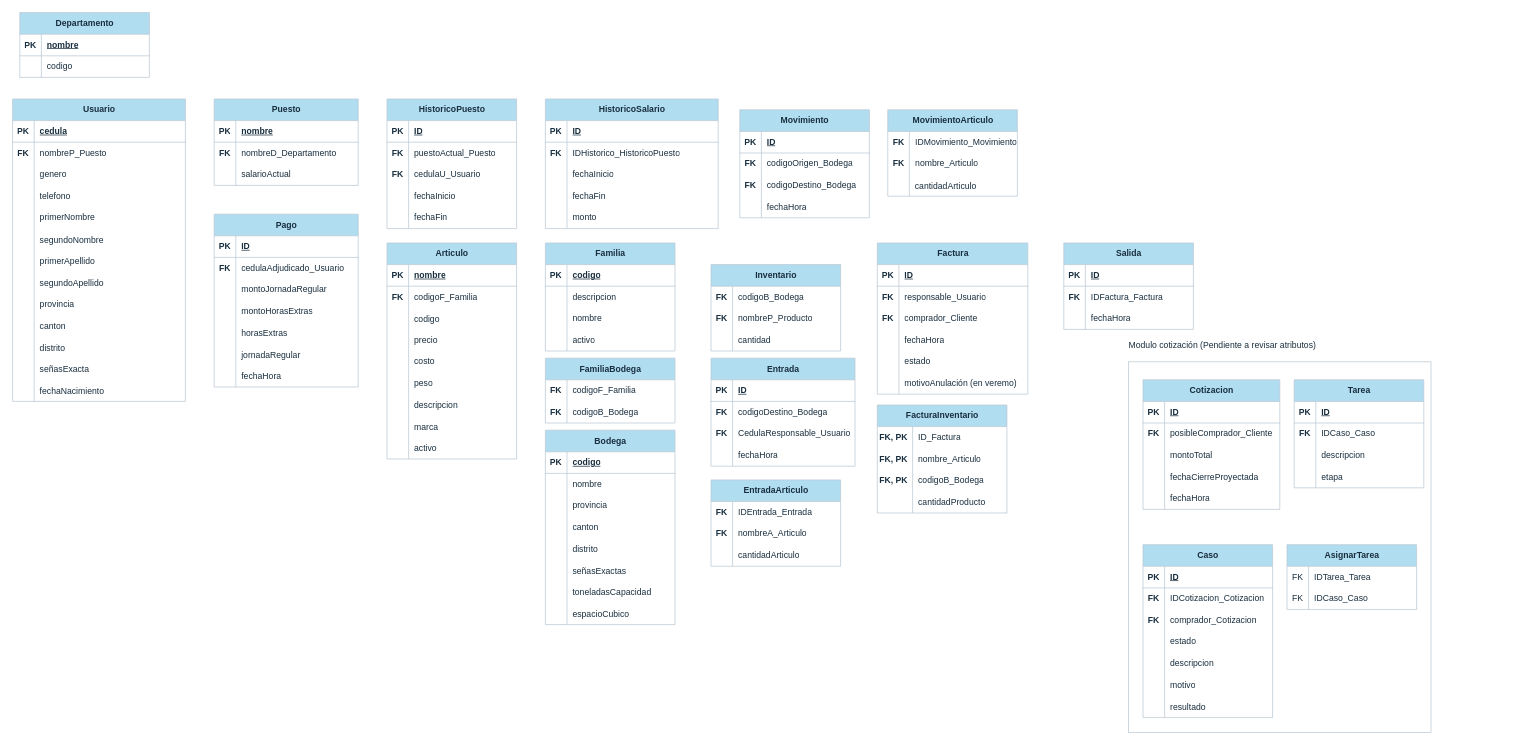
This is Diagramas/DiagramaRelacional.drawio from DylanRodriguez22/Proyecto1_Bases1, a draw.io file, before an edit. Source tidied: cells renumbered, new cells numbered last; positions are measured from the earlier drawing's top-left corner, leaving out a move shared by most shapes. Both pictures are drawn from the tidied source at 72%, with x=0, y=0 at pixel (12, 12).
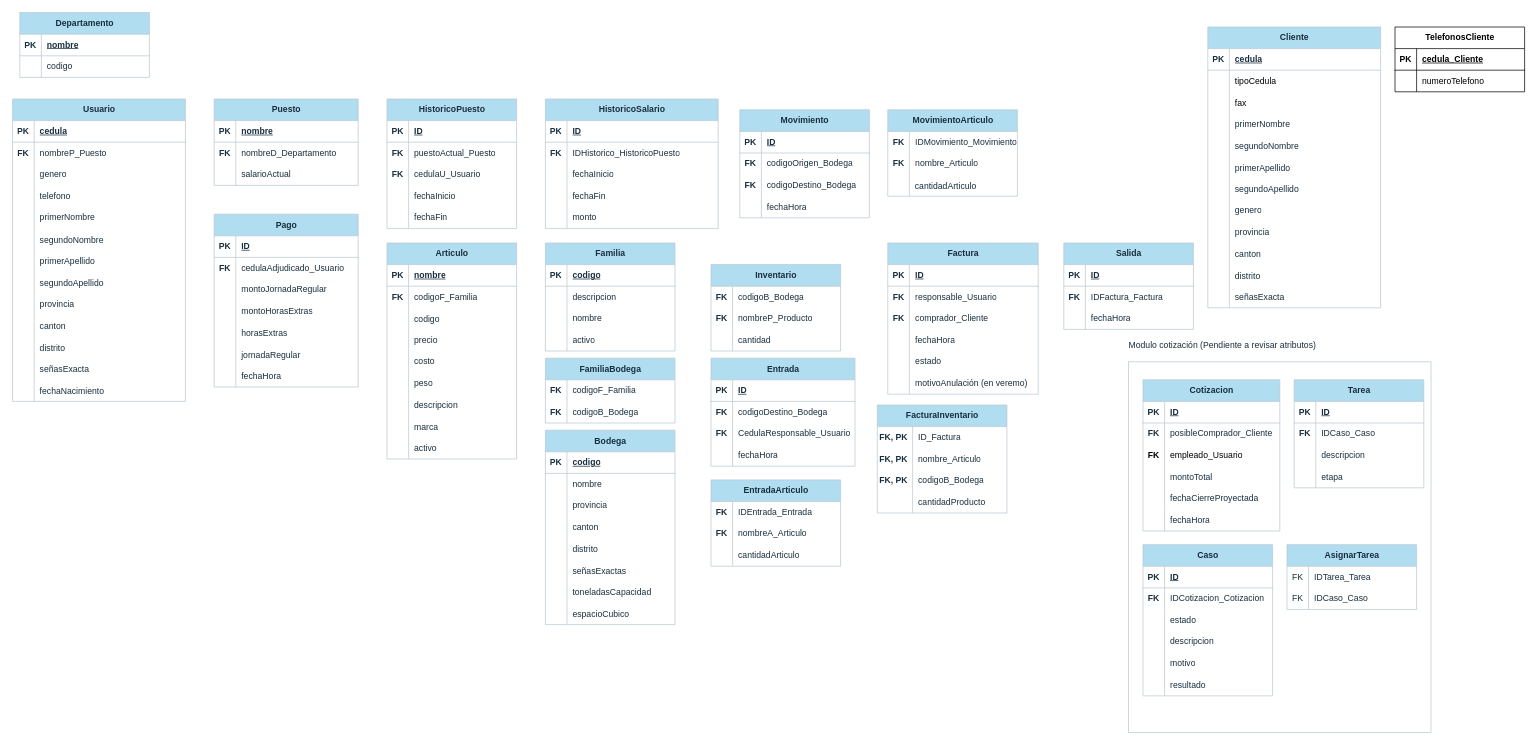
The same page after the edit.

Commit message (it also covers changes not shown here):
Diagramas modificados. Pendiente: Representar relaciones por lineas de FK's Revisión: Luego de versión inicial de "creation_objects.sql"

Change to the diagram source:
```diff
@@
     <mxCell id="223" value="Factura" style="shape=table;startSize=30;childLayout=tableLayout;rowLines=0;fontStyle=1;align=center;html=1;strokeColor=#BAC8D3;fontColor=#182E3E;fillColor=#B1DDF0;labelBackgroundColor=none;" parent="1" vertex="1">
-      <mxGeometry x="1201" y="320" width="209" height="210" as="geometry" />
+      <mxGeometry x="1215.5" y="320" width="209" height="210" as="geometry" />
     </mxCell>
@@
     <mxCell id="285" value="Cotizacion" style="shape=table;startSize=30;childLayout=tableLayout;rowLines=0;fontStyle=1;align=center;html=1;strokeColor=#BAC8D3;fontColor=#182E3E;fillColor=#B1DDF0;labelBackgroundColor=none;" parent="1" vertex="1">
-      <mxGeometry x="1570" y="510" width="190" height="180" as="geometry" />
+      <mxGeometry x="1570" y="510" width="190" height="210" as="geometry" />
     </mxCell>
@@
+    <mxCell id="344" style="shape=tableRow;horizontal=0;startSize=0;swimlaneHead=0;swimlaneBody=0;fillColor=none;top=0;left=0;right=0;bottom=0;" parent="285" vertex="1">
+      <mxGeometry y="90" width="190" height="30" as="geometry" />
+    </mxCell>
+    <mxCell id="309" value="&lt;b&gt;FK&lt;/b&gt;" style="shape=partialRectangle;fillColor=none;top=0;left=0;bottom=0;right=0;fontStyle=0;overflow=hidden;whiteSpace=wrap;html=1;" parent="344" vertex="1">
+      <mxGeometry width="30" height="30" as="geometry" />
+    </mxCell>
+    <mxCell id="345" value="empleado_Usuario" style="shape=partialRectangle;fillColor=none;top=0;left=0;bottom=0;right=0;align=left;spacingLeft=6;fontStyle=0;overflow=hidden;whiteSpace=wrap;html=1;" parent="344" vertex="1">
+      <mxGeometry x="30" width="160" height="30" as="geometry" />
+    </mxCell>
     <mxCell id="292" style="shape=tableRow;horizontal=0;startSize=0;swimlaneHead=0;swimlaneBody=0;fillColor=none;top=0;left=0;right=0;bottom=0;strokeColor=#BAC8D3;fontColor=#182E3E;labelBackgroundColor=none;" parent="285" vertex="1">
-      <mxGeometry y="90" width="190" height="30" as="geometry" />
+      <mxGeometry y="120" width="190" height="30" as="geometry" />
     </mxCell>
@@
     <mxCell id="295" style="shape=tableRow;horizontal=0;startSize=0;swimlaneHead=0;swimlaneBody=0;fillColor=none;top=0;left=0;right=0;bottom=0;strokeColor=#BAC8D3;fontColor=#182E3E;labelBackgroundColor=none;" parent="285" vertex="1">
-      <mxGeometry y="120" width="190" height="30" as="geometry" />
+      <mxGeometry y="150" width="190" height="30" as="geometry" />
     </mxCell>
@@
     <mxCell id="298" style="shape=tableRow;horizontal=0;startSize=0;swimlaneHead=0;swimlaneBody=0;fillColor=none;top=0;left=0;right=0;bottom=0;strokeColor=#BAC8D3;fontColor=#182E3E;labelBackgroundColor=none;" parent="285" vertex="1">
-      <mxGeometry y="150" width="190" height="30" as="geometry" />
+      <mxGeometry y="180" width="190" height="30" as="geometry" />
     </mxCell>
@@
     <mxCell id="301" value="Caso" style="shape=table;startSize=30;childLayout=tableLayout;rowLines=0;fontStyle=1;align=center;html=1;strokeColor=#BAC8D3;fontColor=#182E3E;fillColor=#B1DDF0;labelBackgroundColor=none;" parent="1" vertex="1">
-      <mxGeometry x="1570" y="739" width="180" height="240" as="geometry" />
+      <mxGeometry x="1570" y="739" width="180" height="210" as="geometry" />
     </mxCell>
@@
-    <mxCell id="308" style="shape=tableRow;horizontal=0;startSize=0;swimlaneHead=0;swimlaneBody=0;fillColor=none;top=0;left=0;right=0;bottom=0;strokeColor=#BAC8D3;fontColor=#182E3E;labelBackgroundColor=none;" parent="301" vertex="1">
-      <mxGeometry y="90" width="180" height="30" as="geometry" />
-    </mxCell>
-    <mxCell id="309" value="&lt;b&gt;FK&lt;/b&gt;" style="shape=partialRectangle;fillColor=none;top=0;left=0;bottom=0;right=0;fontStyle=0;overflow=hidden;whiteSpace=wrap;html=1;strokeColor=#BAC8D3;fontColor=#182E3E;labelBackgroundColor=none;" parent="308" vertex="1">
-      <mxGeometry width="30" height="30" as="geometry" />
-    </mxCell>
-    <mxCell id="310" value="comprador_Cotizacion" style="shape=partialRectangle;fillColor=none;top=0;left=0;bottom=0;right=0;align=left;spacingLeft=6;fontStyle=0;overflow=hidden;whiteSpace=wrap;html=1;strokeColor=#BAC8D3;fontColor=#182E3E;labelBackgroundColor=none;" parent="308" vertex="1">
-      <mxGeometry x="30" width="150" height="30" as="geometry" />
-    </mxCell>
     <mxCell id="311" style="shape=tableRow;horizontal=0;startSize=0;swimlaneHead=0;swimlaneBody=0;fillColor=none;top=0;left=0;right=0;bottom=0;strokeColor=#BAC8D3;fontColor=#182E3E;labelBackgroundColor=none;" parent="301" vertex="1">
-      <mxGeometry y="120" width="180" height="30" as="geometry" />
+      <mxGeometry y="90" width="180" height="30" as="geometry" />
     </mxCell>
@@
     <mxCell id="314" style="shape=tableRow;horizontal=0;startSize=0;swimlaneHead=0;swimlaneBody=0;fillColor=none;top=0;left=0;right=0;bottom=0;strokeColor=#BAC8D3;fontColor=#182E3E;labelBackgroundColor=none;" parent="301" vertex="1">
-      <mxGeometry y="150" width="180" height="30" as="geometry" />
+      <mxGeometry y="120" width="180" height="30" as="geometry" />
     </mxCell>
@@
     <mxCell id="317" style="shape=tableRow;horizontal=0;startSize=0;swimlaneHead=0;swimlaneBody=0;fillColor=none;top=0;left=0;right=0;bottom=0;strokeColor=#BAC8D3;fontColor=#182E3E;labelBackgroundColor=none;" parent="301" vertex="1">
-      <mxGeometry y="180" width="180" height="30" as="geometry" />
+      <mxGeometry y="150" width="180" height="30" as="geometry" />
     </mxCell>
@@
     <mxCell id="320" style="shape=tableRow;horizontal=0;startSize=0;swimlaneHead=0;swimlaneBody=0;fillColor=none;top=0;left=0;right=0;bottom=0;strokeColor=#BAC8D3;fontColor=#182E3E;labelBackgroundColor=none;" parent="301" vertex="1">
-      <mxGeometry y="210" width="180" height="30" as="geometry" />
+      <mxGeometry y="180" width="180" height="30" as="geometry" />
     </mxCell>
@@
+    <mxCell id="346" value="Cliente" style="shape=table;startSize=30;childLayout=tableLayout;rowLines=0;fontStyle=1;align=center;html=1;labelBackgroundColor=none;fillColor=#B1DDF0;strokeColor=#BAC8D3;fontColor=#182E3E;" parent="1" vertex="1">
+      <mxGeometry x="1660" y="20" width="240" height="390" as="geometry" />
+    </mxCell>
+    <mxCell id="347" style="shape=tableRow;horizontal=0;startSize=0;swimlaneHead=0;swimlaneBody=0;fillColor=none;top=0;left=0;right=0;bottom=1;labelBackgroundColor=none;strokeColor=#BAC8D3;fontColor=#182E3E;" parent="346" vertex="1">
+      <mxGeometry y="30" width="240" height="30" as="geometry" />
+    </mxCell>
+    <mxCell id="348" value="PK" style="shape=partialRectangle;fillColor=none;top=0;left=0;bottom=0;right=0;fontStyle=1;overflow=hidden;whiteSpace=wrap;html=1;labelBackgroundColor=none;strokeColor=#BAC8D3;fontColor=#182E3E;" parent="347" vertex="1">
+      <mxGeometry width="30" height="30" as="geometry" />
+    </mxCell>
+    <mxCell id="349" value="cedula" style="shape=partialRectangle;fillColor=none;top=0;left=0;bottom=0;right=0;align=left;spacingLeft=6;fontStyle=5;overflow=hidden;whiteSpace=wrap;html=1;labelBackgroundColor=none;strokeColor=#BAC8D3;fontColor=#182E3E;" parent="347" vertex="1">
+      <mxGeometry x="30" width="210" height="30" as="geometry" />
+    </mxCell>
+    <mxCell id="350" style="shape=tableRow;horizontal=0;startSize=0;swimlaneHead=0;swimlaneBody=0;fillColor=none;top=0;left=0;right=0;bottom=0;" parent="346" vertex="1">
+      <mxGeometry y="60" width="240" height="30" as="geometry" />
+    </mxCell>
+    <mxCell id="351" style="shape=partialRectangle;fillColor=none;top=0;left=0;bottom=0;right=0;overflow=hidden;" parent="350" vertex="1">
+      <mxGeometry width="30" height="30" as="geometry" />
+    </mxCell>
+    <mxCell id="352" value="tipoCedula" style="shape=partialRectangle;fillColor=none;top=0;left=0;bottom=0;right=0;align=left;spacingLeft=6;overflow=hidden;" parent="350" vertex="1">
+      <mxGeometry x="30" width="210" height="30" as="geometry" />
+    </mxCell>
+    <mxCell id="353" style="shape=tableRow;horizontal=0;startSize=0;swimlaneHead=0;swimlaneBody=0;fillColor=none;top=0;left=0;right=0;bottom=0;" parent="346" vertex="1">
+      <mxGeometry y="90" width="240" height="30" as="geometry" />
+    </mxCell>
+    <mxCell id="354" style="shape=partialRectangle;fillColor=none;top=0;left=0;bottom=0;right=0;overflow=hidden;" parent="353" vertex="1">
+      <mxGeometry width="30" height="30" as="geometry" />
+    </mxCell>
+    <mxCell id="355" value="fax" style="shape=partialRectangle;fillColor=none;top=0;left=0;bottom=0;right=0;align=left;spacingLeft=6;overflow=hidden;" parent="353" vertex="1">
+      <mxGeometry x="30" width="210" height="30" as="geometry" />
+    </mxCell>
+    <mxCell id="356" style="shape=tableRow;horizontal=0;startSize=0;swimlaneHead=0;swimlaneBody=0;fillColor=none;top=0;left=0;right=0;bottom=0;labelBackgroundColor=none;strokeColor=#BAC8D3;fontColor=#182E3E;" parent="346" vertex="1">
+      <mxGeometry y="120" width="240" height="30" as="geometry" />
+    </mxCell>
+    <mxCell id="357" style="shape=partialRectangle;fillColor=none;top=0;left=0;bottom=0;right=0;overflow=hidden;whiteSpace=wrap;html=1;labelBackgroundColor=none;strokeColor=#BAC8D3;fontColor=#182E3E;" parent="356" vertex="1">
+      <mxGeometry width="30" height="30" as="geometry" />
+    </mxCell>
+    <mxCell id="358" value="primerNombre" style="shape=partialRectangle;fillColor=none;top=0;left=0;bottom=0;right=0;align=left;spacingLeft=6;overflow=hidden;whiteSpace=wrap;html=1;labelBackgroundColor=none;strokeColor=#BAC8D3;fontColor=#182E3E;" parent="356" vertex="1">
+      <mxGeometry x="30" width="210" height="30" as="geometry" />
+    </mxCell>
+    <mxCell id="359" style="shape=tableRow;horizontal=0;startSize=0;swimlaneHead=0;swimlaneBody=0;fillColor=none;top=0;left=0;right=0;bottom=0;labelBackgroundColor=none;strokeColor=#BAC8D3;fontColor=#182E3E;" parent="346" vertex="1">
+      <mxGeometry y="150" width="240" height="30" as="geometry" />
+    </mxCell>
+    <mxCell id="360" style="shape=partialRectangle;fillColor=none;top=0;left=0;bottom=0;right=0;overflow=hidden;labelBackgroundColor=none;strokeColor=#BAC8D3;fontColor=#182E3E;" parent="359" vertex="1">
+      <mxGeometry width="30" height="30" as="geometry" />
+    </mxCell>
+    <mxCell id="361" value="segundoNombre" style="shape=partialRectangle;fillColor=none;top=0;left=0;bottom=0;right=0;align=left;spacingLeft=6;overflow=hidden;labelBackgroundColor=none;strokeColor=#BAC8D3;fontColor=#182E3E;" parent="359" vertex="1">
+      <mxGeometry x="30" width="210" height="30" as="geometry" />
+    </mxCell>
+    <mxCell id="362" style="shape=tableRow;horizontal=0;startSize=0;swimlaneHead=0;swimlaneBody=0;fillColor=none;top=0;left=0;right=0;bottom=0;labelBackgroundColor=none;strokeColor=#BAC8D3;fontColor=#182E3E;" parent="346" vertex="1">
+      <mxGeometry y="180" width="240" height="30" as="geometry" />
+    </mxCell>
+    <mxCell id="363" style="shape=partialRectangle;fillColor=none;top=0;left=0;bottom=0;right=0;overflow=hidden;labelBackgroundColor=none;strokeColor=#BAC8D3;fontColor=#182E3E;" parent="362" vertex="1">
+      <mxGeometry width="30" height="30" as="geometry" />
+    </mxCell>
+    <mxCell id="364" value="primerApellido" style="shape=partialRectangle;fillColor=none;top=0;left=0;bottom=0;right=0;align=left;spacingLeft=6;overflow=hidden;labelBackgroundColor=none;strokeColor=#BAC8D3;fontColor=#182E3E;" parent="362" vertex="1">
+      <mxGeometry x="30" width="210" height="30" as="geometry" />
+    </mxCell>
+    <mxCell id="365" style="shape=tableRow;horizontal=0;startSize=0;swimlaneHead=0;swimlaneBody=0;fillColor=none;top=0;left=0;right=0;bottom=0;labelBackgroundColor=none;strokeColor=#BAC8D3;fontColor=#182E3E;" parent="346" vertex="1">
+      <mxGeometry y="210" width="240" height="30" as="geometry" />
+    </mxCell>
+    <mxCell id="366" style="shape=partialRectangle;fillColor=none;top=0;left=0;bottom=0;right=0;overflow=hidden;labelBackgroundColor=none;strokeColor=#BAC8D3;fontColor=#182E3E;" parent="365" vertex="1">
+      <mxGeometry width="30" height="30" as="geometry" />
+    </mxCell>
+    <mxCell id="367" value="segundoApellido" style="shape=partialRectangle;fillColor=none;top=0;left=0;bottom=0;right=0;align=left;spacingLeft=6;overflow=hidden;labelBackgroundColor=none;strokeColor=#BAC8D3;fontColor=#182E3E;" parent="365" vertex="1">
+      <mxGeometry x="30" width="210" height="30" as="geometry" />
+    </mxCell>
+    <mxCell id="368" style="shape=tableRow;horizontal=0;startSize=0;swimlaneHead=0;swimlaneBody=0;fillColor=none;top=0;left=0;right=0;bottom=0;labelBackgroundColor=none;strokeColor=#BAC8D3;fontColor=#182E3E;" parent="346" vertex="1">
+      <mxGeometry y="240" width="240" height="30" as="geometry" />
+    </mxCell>
+    <mxCell id="369" style="shape=partialRectangle;fillColor=none;top=0;left=0;bottom=0;right=0;overflow=hidden;whiteSpace=wrap;html=1;labelBackgroundColor=none;strokeColor=#BAC8D3;fontColor=#182E3E;" parent="368" vertex="1">
+      <mxGeometry width="30" height="30" as="geometry" />
+    </mxCell>
+    <mxCell id="370" value="genero" style="shape=partialRectangle;fillColor=none;top=0;left=0;bottom=0;right=0;align=left;spacingLeft=6;overflow=hidden;whiteSpace=wrap;html=1;labelBackgroundColor=none;strokeColor=#BAC8D3;fontColor=#182E3E;" parent="368" vertex="1">
+      <mxGeometry x="30" width="210" height="30" as="geometry" />
+    </mxCell>
+    <mxCell id="371" style="shape=tableRow;horizontal=0;startSize=0;swimlaneHead=0;swimlaneBody=0;fillColor=none;top=0;left=0;right=0;bottom=0;labelBackgroundColor=none;strokeColor=#BAC8D3;fontColor=#182E3E;" parent="346" vertex="1">
+      <mxGeometry y="270" width="240" height="30" as="geometry" />
+    </mxCell>
+    <mxCell id="372" style="shape=partialRectangle;fillColor=none;top=0;left=0;bottom=0;right=0;overflow=hidden;labelBackgroundColor=none;strokeColor=#BAC8D3;fontColor=#182E3E;" parent="371" vertex="1">
+      <mxGeometry width="30" height="30" as="geometry" />
+    </mxCell>
+    <mxCell id="373" value="provincia" style="shape=partialRectangle;fillColor=none;top=0;left=0;bottom=0;right=0;align=left;spacingLeft=6;overflow=hidden;labelBackgroundColor=none;strokeColor=#BAC8D3;fontColor=#182E3E;" parent="371" vertex="1">
+      <mxGeometry x="30" width="210" height="30" as="geometry" />
+    </mxCell>
+    <mxCell id="374" style="shape=tableRow;horizontal=0;startSize=0;swimlaneHead=0;swimlaneBody=0;fillColor=none;top=0;left=0;right=0;bottom=0;labelBackgroundColor=none;strokeColor=#BAC8D3;fontColor=#182E3E;" parent="346" vertex="1">
+      <mxGeometry y="300" width="240" height="30" as="geometry" />
+    </mxCell>
+    <mxCell id="375" style="shape=partialRectangle;fillColor=none;top=0;left=0;bottom=0;right=0;overflow=hidden;labelBackgroundColor=none;strokeColor=#BAC8D3;fontColor=#182E3E;" parent="374" vertex="1">
+      <mxGeometry width="30" height="30" as="geometry" />
+    </mxCell>
+    <mxCell id="376" value="canton" style="shape=partialRectangle;fillColor=none;top=0;left=0;bottom=0;right=0;align=left;spacingLeft=6;overflow=hidden;labelBackgroundColor=none;strokeColor=#BAC8D3;fontColor=#182E3E;" parent="374" vertex="1">
+      <mxGeometry x="30" width="210" height="30" as="geometry" />
+    </mxCell>
+    <mxCell id="377" style="shape=tableRow;horizontal=0;startSize=0;swimlaneHead=0;swimlaneBody=0;fillColor=none;top=0;left=0;right=0;bottom=0;labelBackgroundColor=none;strokeColor=#BAC8D3;fontColor=#182E3E;" parent="346" vertex="1">
+      <mxGeometry y="330" width="240" height="30" as="geometry" />
+    </mxCell>
+    <mxCell id="378" style="shape=partialRectangle;fillColor=none;top=0;left=0;bottom=0;right=0;overflow=hidden;labelBackgroundColor=none;strokeColor=#BAC8D3;fontColor=#182E3E;" parent="377" vertex="1">
+      <mxGeometry width="30" height="30" as="geometry" />
+    </mxCell>
+    <mxCell id="379" value="distrito" style="shape=partialRectangle;fillColor=none;top=0;left=0;bottom=0;right=0;align=left;spacingLeft=6;overflow=hidden;labelBackgroundColor=none;strokeColor=#BAC8D3;fontColor=#182E3E;" parent="377" vertex="1">
+      <mxGeometry x="30" width="210" height="30" as="geometry" />
+    </mxCell>
+    <mxCell id="380" style="shape=tableRow;horizontal=0;startSize=0;swimlaneHead=0;swimlaneBody=0;fillColor=none;top=0;left=0;right=0;bottom=0;labelBackgroundColor=none;strokeColor=#BAC8D3;fontColor=#182E3E;" parent="346" vertex="1">
+      <mxGeometry y="360" width="240" height="30" as="geometry" />
+    </mxCell>
+    <mxCell id="381" style="shape=partialRectangle;fillColor=none;top=0;left=0;bottom=0;right=0;overflow=hidden;labelBackgroundColor=none;strokeColor=#BAC8D3;fontColor=#182E3E;" parent="380" vertex="1">
+      <mxGeometry width="30" height="30" as="geometry" />
+    </mxCell>
+    <mxCell id="382" value="señasExacta" style="shape=partialRectangle;fillColor=none;top=0;left=0;bottom=0;right=0;align=left;spacingLeft=6;overflow=hidden;labelBackgroundColor=none;strokeColor=#BAC8D3;fontColor=#182E3E;" parent="380" vertex="1">
+      <mxGeometry x="30" width="210" height="30" as="geometry" />
+    </mxCell>
+    <mxCell id="383" value="TelefonosCliente" style="shape=table;startSize=30;childLayout=tableLayout;rowLines=0;fontStyle=1;align=center;html=1;" parent="1" vertex="1">
+      <mxGeometry x="1920" y="20" width="180" height="90" as="geometry" />
+    </mxCell>
+    <mxCell id="384" style="shape=tableRow;horizontal=0;startSize=0;swimlaneHead=0;swimlaneBody=0;fillColor=none;top=0;left=0;right=0;bottom=1;" parent="383" vertex="1">
+      <mxGeometry y="30" width="180" height="30" as="geometry" />
+    </mxCell>
+    <mxCell id="385" value="PK" style="shape=partialRectangle;fillColor=none;top=0;left=0;bottom=0;right=0;fontStyle=1;overflow=hidden;whiteSpace=wrap;html=1;" parent="384" vertex="1">
+      <mxGeometry width="30" height="30" as="geometry" />
+    </mxCell>
+    <mxCell id="386" value="cedula_Cliente" style="shape=partialRectangle;fillColor=none;top=0;left=0;bottom=0;right=0;align=left;spacingLeft=6;fontStyle=5;overflow=hidden;whiteSpace=wrap;html=1;" parent="384" vertex="1">
+      <mxGeometry x="30" width="150" height="30" as="geometry" />
+    </mxCell>
+    <mxCell id="387" style="shape=tableRow;horizontal=0;startSize=0;swimlaneHead=0;swimlaneBody=0;fillColor=none;top=0;left=0;right=0;bottom=0;" parent="383" vertex="1">
+      <mxGeometry y="60" width="180" height="30" as="geometry" />
+    </mxCell>
+    <mxCell id="388" style="shape=partialRectangle;fillColor=none;top=0;left=0;bottom=0;right=0;overflow=hidden;whiteSpace=wrap;html=1;" parent="387" vertex="1">
+      <mxGeometry width="30" height="30" as="geometry" />
+    </mxCell>
+    <mxCell id="389" value="numeroTelefono" style="shape=partialRectangle;fillColor=none;top=0;left=0;bottom=0;right=0;align=left;spacingLeft=6;overflow=hidden;whiteSpace=wrap;html=1;" parent="387" vertex="1">
+      <mxGeometry x="30" width="150" height="30" as="geometry" />
+    </mxCell>
```
